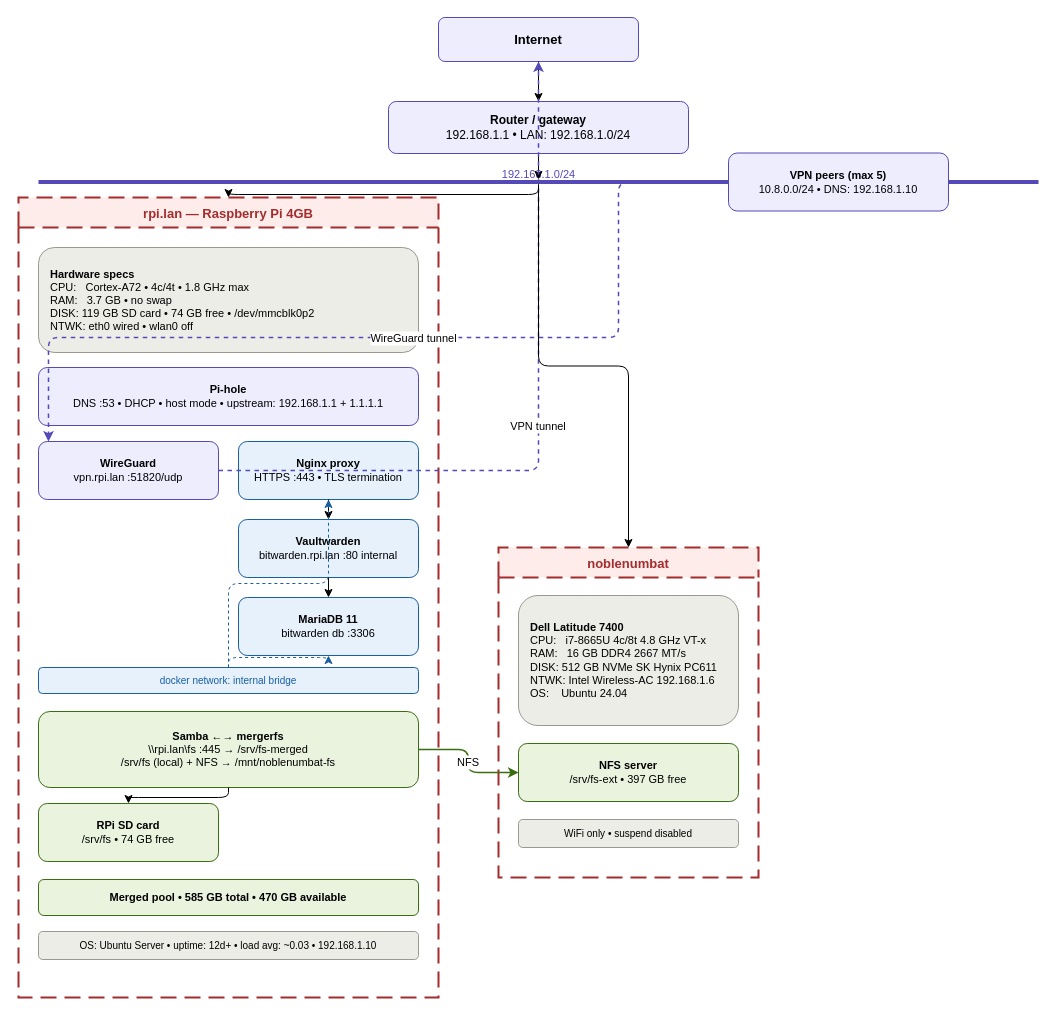
Above: page "Page-1" (1 of 2) of homelab/docs/hl.drawio in ptm4/ptm4 (draw.io), before the change. Source tidied: cells renumbered, new cells numbered last; positions are measured from the earlier drawing's top-left corner, leaving out a move shared by most shapes. Both pictures are drawn from the tidied source at 100%, with x=0, y=0 at pixel (18, 17).
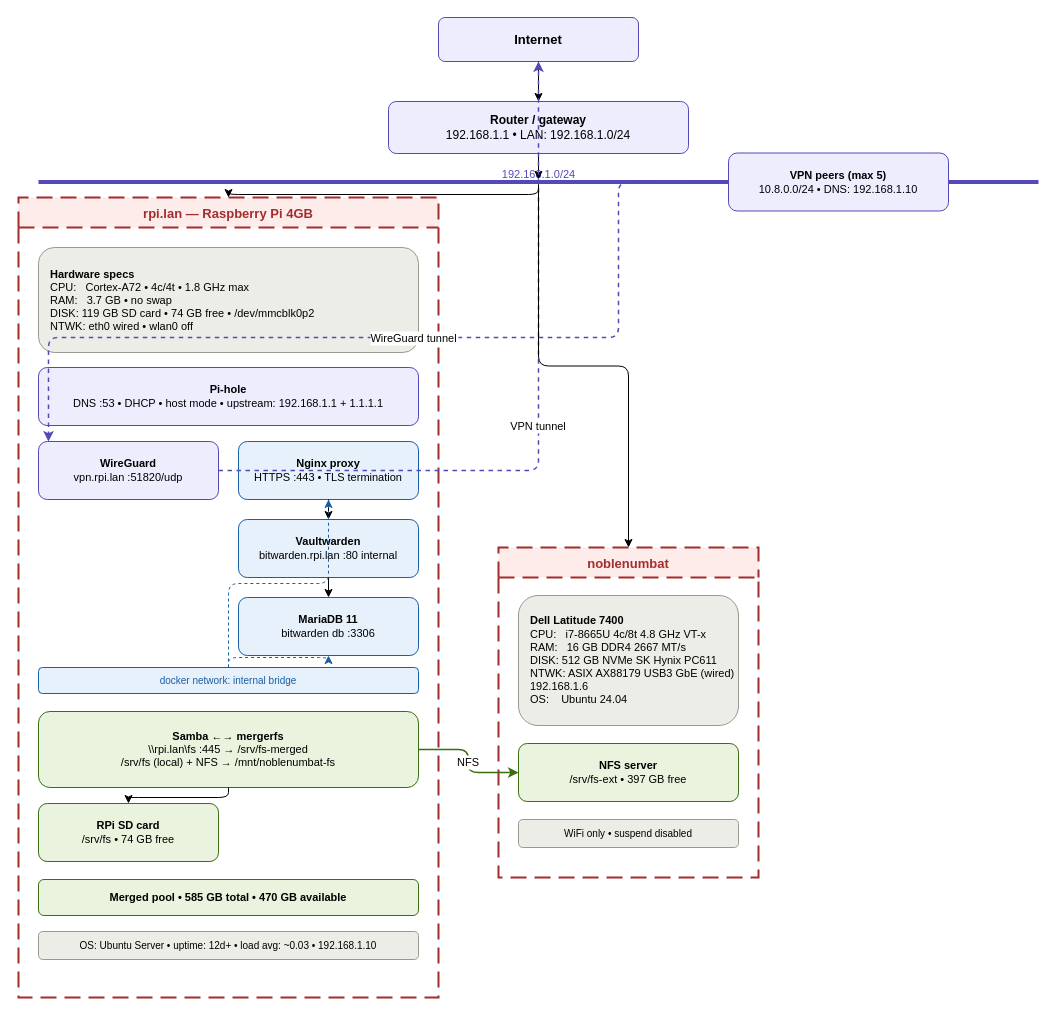
The same diagram, later.

The change refers to these unchanged cells:
```xml
<mxCell id="25" value="noblenumbat" style="swimlane;startSize=30;fillColor=#FDECEA;strokeColor=#A32D2D;strokeWidth=2;dashed=1;dashPattern=8 4;fontStyle=1;fontSize=13;fontColor=#A32D2D;" parent="1" vertex="1">
  <mxGeometry x="480" y="530" width="260" height="330" as="geometry" />
</mxCell>
```

Diff of the diagram source:
```diff
@@
-    <mxCell id="26" value="&lt;b&gt;Dell Latitude 7400&lt;/b&gt;&lt;br&gt;CPU:&amp;nbsp;&amp;nbsp; i7-8665U  4c/8t  4.8 GHz  VT-x&lt;br&gt;RAM:&amp;nbsp;&amp;nbsp; 16 GB DDR4 2667 MT/s&lt;br&gt;DISK: 512 GB NVMe  SK Hynix PC611&lt;br&gt;NTWK: Intel Wireless-AC  192.168.1.6&lt;br&gt;OS:&amp;nbsp;&amp;nbsp;&amp;nbsp; Ubuntu 24.04" style="rounded=1;whiteSpace=wrap;html=1;fillColor=#EDEDE8;strokeColor=#9a9890;align=left;spacingLeft=10;fontSize=11;" parent="25" vertex="1">
+    <mxCell id="26" value="&lt;b&gt;Dell Latitude 7400&lt;/b&gt;&lt;br&gt;CPU:&amp;nbsp;&amp;nbsp; i7-8665U  4c/8t  4.8 GHz  VT-x&lt;br&gt;RAM:&amp;nbsp;&amp;nbsp; 16 GB DDR4 2667 MT/s&lt;br&gt;DISK: 512 GB NVMe  SK Hynix PC611&lt;br&gt;NTWK: ASIX AX88179 USB3 GbE (wired)  192.168.1.6&lt;br&gt;OS:&amp;nbsp;&amp;nbsp;&amp;nbsp; Ubuntu 24.04" style="rounded=1;whiteSpace=wrap;html=1;fillColor=#EDEDE8;strokeColor=#9a9890;align=left;spacingLeft=10;fontSize=11;" parent="25" vertex="1">
       <mxGeometry x="20" y="48" width="220" height="130" as="geometry" />
     </mxCell>
```
